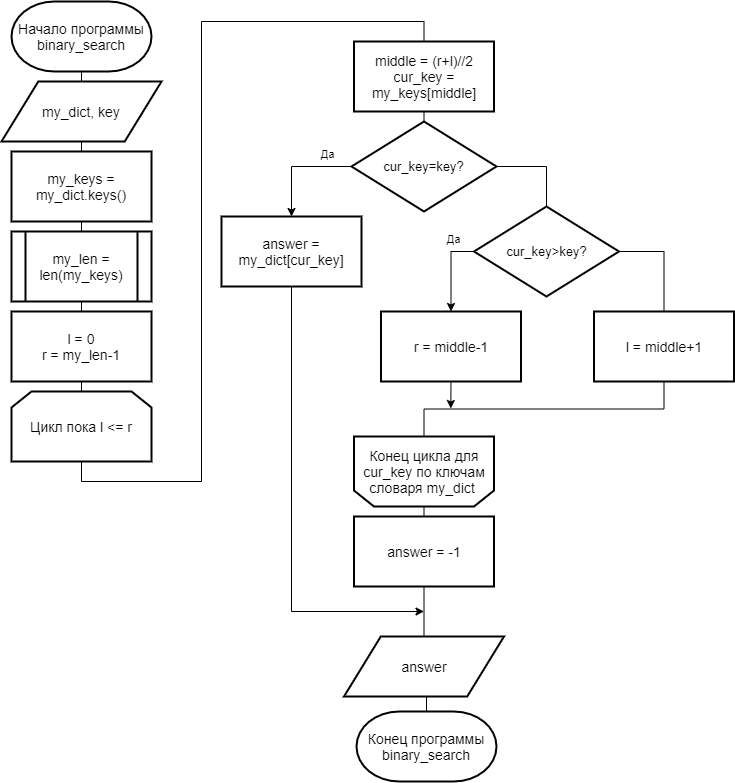
This is lab7/report/inc/img/binary_search.png from alena-zayts/BMSTU_5sem_analysis_of_algorithms, a draw.io export, as it was before one commit. Source tidied: cells renumbered, new cells last; positions are measured from the earlier drawing's top-left corner, leaving out a move shared by most shapes.
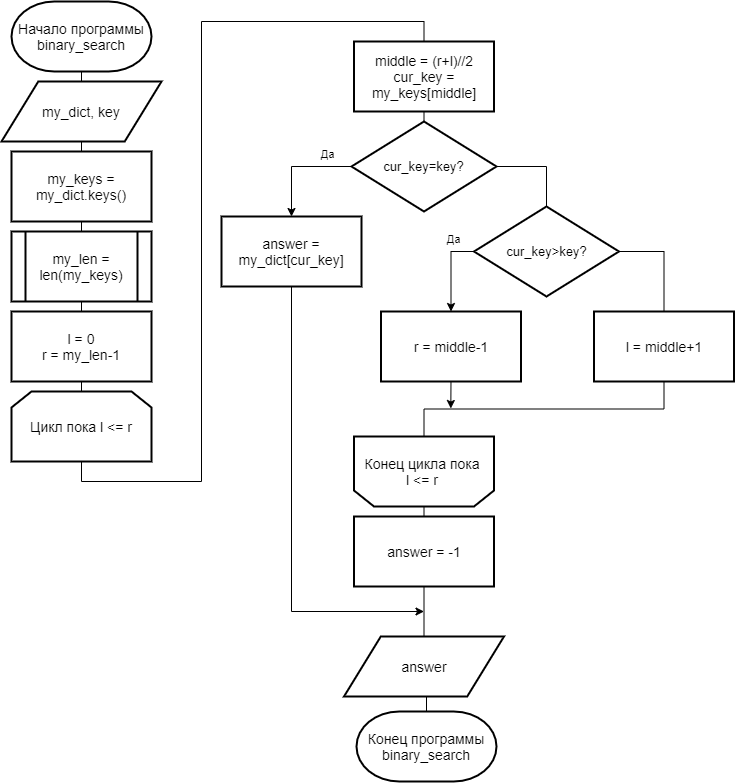
The same diagram one commit later.

What changed in the source:
```diff
@@ -66,7 +66,7 @@
     <mxCell id="18" style="edgeStyle=orthogonalEdgeStyle;rounded=0;orthogonalLoop=1;jettySize=auto;html=1;exitX=0.5;exitY=1;exitDx=0;exitDy=0;exitPerimeter=0;endArrow=none;endFill=0;" parent="1" edge="1" source="5" target="5">
       <mxGeometry relative="1" as="geometry" />
     </mxCell>
-    <mxCell id="19" value="&lt;span style=&quot;font-size: 14px&quot;&gt;Конец ц&lt;/span&gt;&lt;span style=&quot;font-size: 14px&quot;&gt;икла для cur_key по ключам словаря my_dict&amp;nbsp;&lt;/span&gt;&lt;span style=&quot;font-size: 14px&quot;&gt;&lt;br&gt;&lt;/span&gt;" style="shape=loopLimit;whiteSpace=wrap;html=1;strokeWidth=2;direction=west;" parent="1" vertex="1">
+    <mxCell id="19" value="&lt;span style=&quot;font-size: 14px&quot;&gt;Конец ц&lt;/span&gt;&lt;span style=&quot;font-size: 14px&quot;&gt;икла&amp;nbsp;&lt;/span&gt;&lt;span style=&quot;font-size: 14px&quot;&gt;пока &lt;br&gt;l &amp;lt;= r&lt;/span&gt;&lt;span style=&quot;font-size: 14px&quot;&gt;&amp;nbsp;&lt;/span&gt;&lt;span style=&quot;font-size: 14px&quot;&gt;&lt;br&gt;&lt;/span&gt;" style="shape=loopLimit;whiteSpace=wrap;html=1;strokeWidth=2;direction=west;" parent="1" vertex="1">
       <mxGeometry x="352.5" y="435" width="140" height="70" as="geometry" />
     </mxCell>
     <mxCell id="20" style="edgeStyle=orthogonalEdgeStyle;rounded=0;jettySize=auto;html=1;exitX=0.5;exitY=1;exitDx=0;exitDy=0;entryX=0.5;entryY=0;entryDx=0;entryDy=0;endArrow=none;endFill=0;" parent="1" edge="1" source="21" target="29">
```
